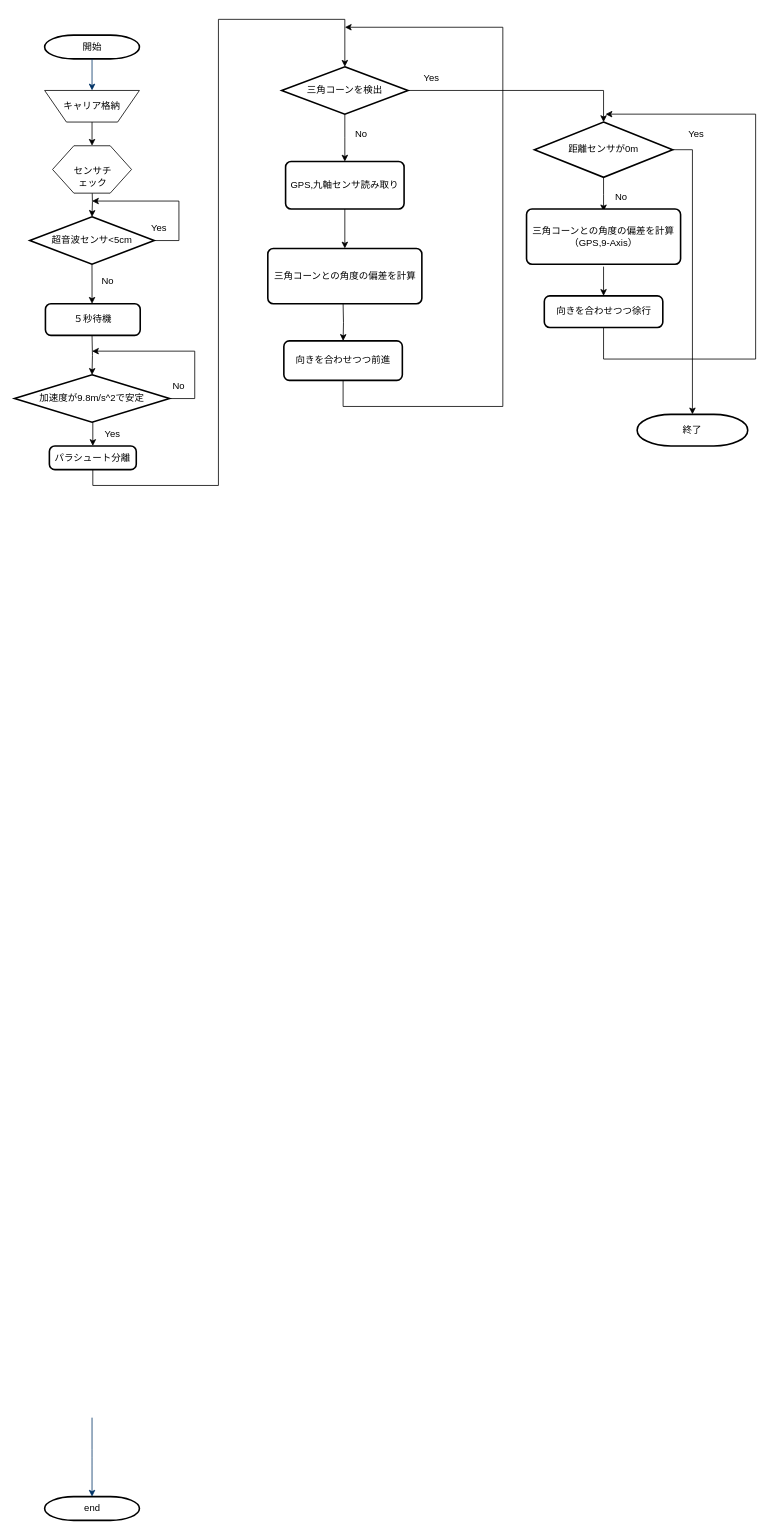
Above: system-flow.drawio.xml in kodama-gentaro/cansat_team_a (draw.io), before the change. Source tidied: cells renumbered, new cells numbered last; positions are measured from the earlier drawing's top-left corner, leaving out a move shared by most shapes. Both pictures are drawn from the tidied source at 79%, with x=0, y=0 at pixel (14, 19).
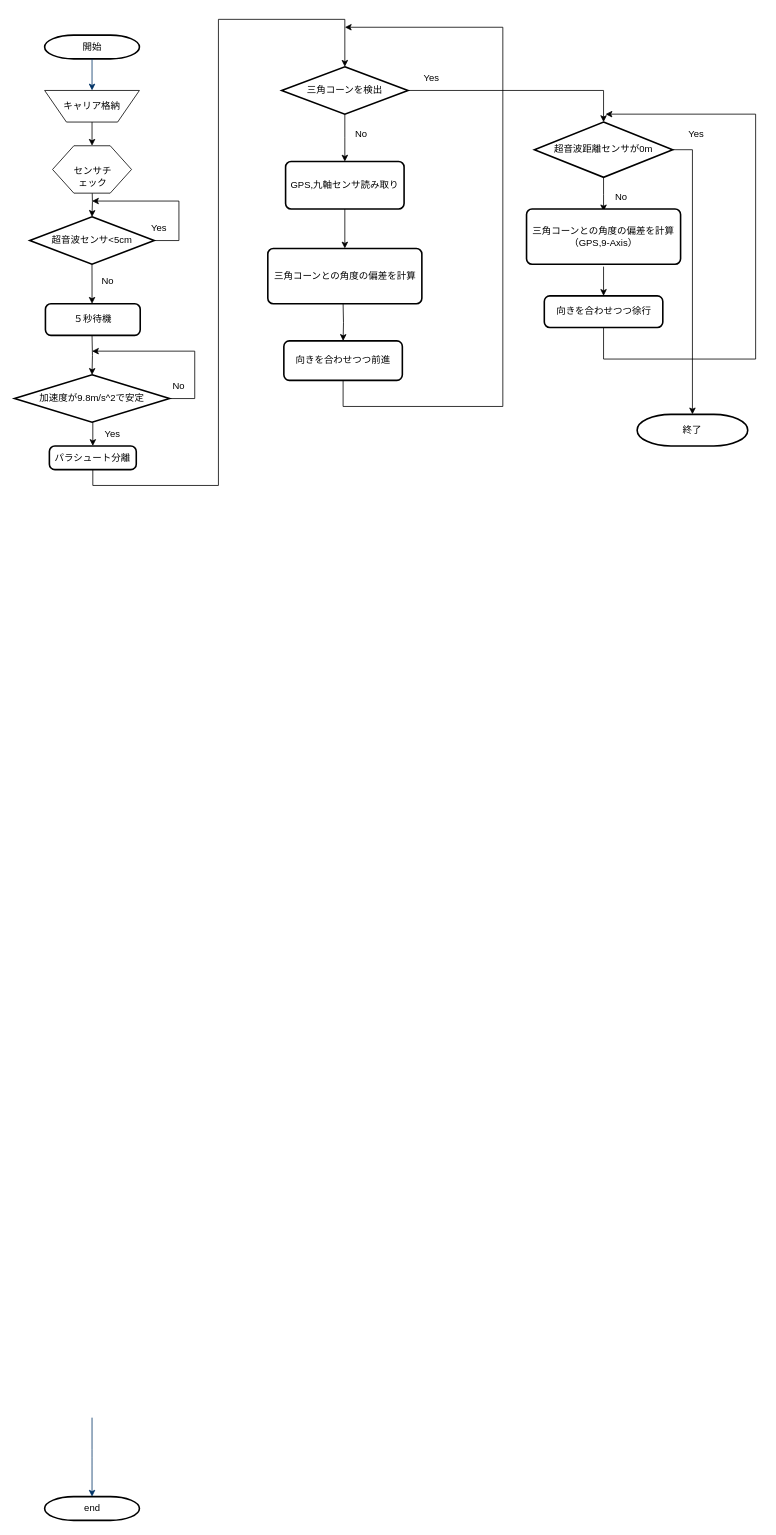
The same page after the edit.

Commit message:
system-flow.drawio.xml を更新します

The edit, as a diff of the source:
```diff
@@
-    <mxCell id="35" value="距離センサが0m" style="strokeWidth=2;html=1;shape=mxgraph.flowchart.decision;whiteSpace=wrap;" parent="1" vertex="1">
+    <mxCell id="35" value="超音波距離センサが0m" style="strokeWidth=2;html=1;shape=mxgraph.flowchart.decision;whiteSpace=wrap;" parent="1" vertex="1">
       <mxGeometry x="658" y="130" width="175" height="70" as="geometry" />
     </mxCell>
```
